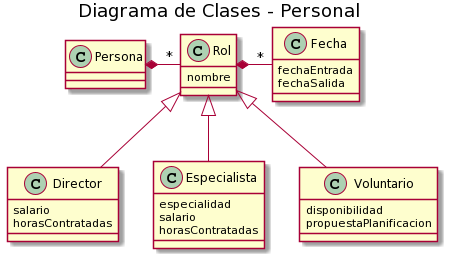
Before: diagrama/Diagramas 2.0/personal.png, a diagram exported from PlantUML (marsamber/proyectoIR).
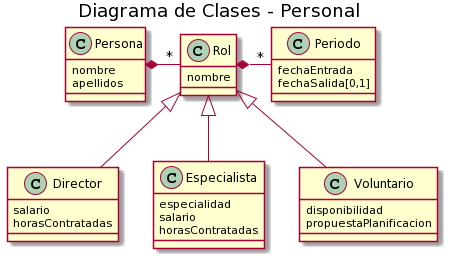
After the change.

Change to the diagram source:
```diff
@@ -2,7 +2,10 @@
 title Diagrama de Clases - Personal
 
 
-class Persona
+class Persona{
+    nombre
+    apellidos
+}
 
 class Rol{
     nombre
@@ -24,9 +27,9 @@
     propuestaPlanificacion
 }
 
-class Fecha{
+class Periodo{
     fechaEntrada
-    fechaSalida
+    fechaSalida[0,1]
 }
 
 Rol <|-down- Director
@@ -35,5 +38,5 @@
 
 
 Persona *-right-"*" Rol
-Rol *-right-"*" Fecha
+Rol *-right-"*" Periodo
 @enduml
```
